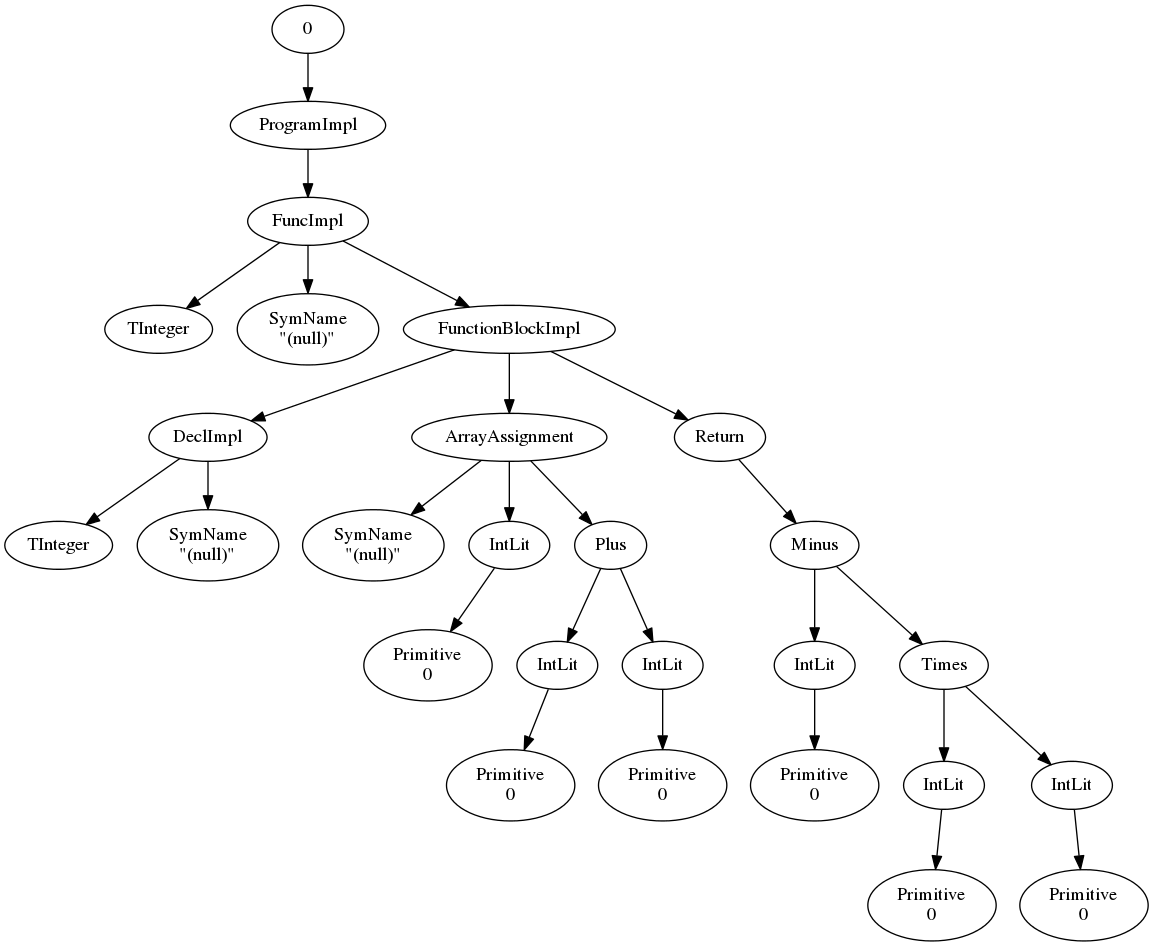
drewtaylors/cs160 keeps this Graphviz diagram as ast/testProgram.png. Above is the earlier version. Its source is kept beside it as ast/testProgram.dot.
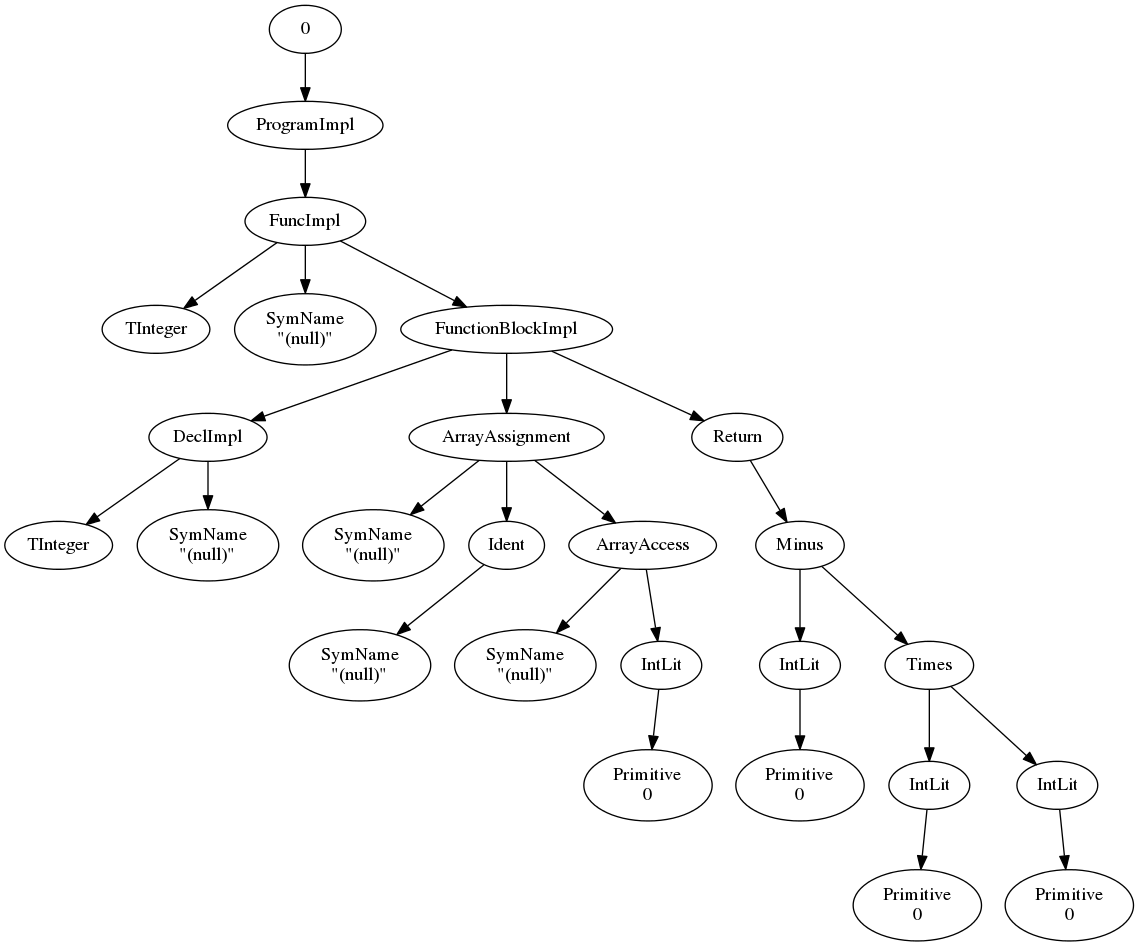
The same diagram one commit later.

What changed in the source:
```diff
@@ -20,35 +20,33 @@
 "9" -> "10"
 "10" [label="SymName\n\"(null)\""]
 "9" -> "11"
-"11" [label="IntLit"]
+"11" [label="Ident"]
 "11" -> "12"
-"12" [label="Primitive\n0"]
+"12" [label="SymName\n\"(null)\""]
 "9" -> "13"
-"13" [label="Plus"]
+"13" [label="ArrayAccess"]
 "13" -> "14"
-"14" [label="IntLit"]
-"14" -> "15"
-"15" [label="Primitive\n0"]
-"13" -> "16"
-"16" [label="IntLit"]
-"16" -> "17"
-"17" [label="Primitive\n0"]
-"5" -> "18"
-"18" [label="Return"]
+"14" [label="SymName\n\"(null)\""]
+"13" -> "15"
+"15" [label="IntLit"]
+"15" -> "16"
+"16" [label="Primitive\n0"]
+"5" -> "17"
+"17" [label="Return"]
+"17" -> "18"
+"18" [label="Minus"]
 "18" -> "19"
-"19" [label="Minus"]
+"19" [label="IntLit"]
 "19" -> "20"
-"20" [label="IntLit"]
-"20" -> "21"
-"21" [label="Primitive\n0"]
-"19" -> "22"
-"22" [label="Times"]
+"20" [label="Primitive\n0"]
+"18" -> "21"
+"21" [label="Times"]
+"21" -> "22"
+"22" [label="IntLit"]
 "22" -> "23"
-"23" [label="IntLit"]
-"23" -> "24"
-"24" [label="Primitive\n0"]
-"22" -> "25"
-"25" [label="IntLit"]
-"25" -> "26"
-"26" [label="Primitive\n0"]
+"23" [label="Primitive\n0"]
+"21" -> "24"
+"24" [label="IntLit"]
+"24" -> "25"
+"25" [label="Primitive\n0"]
 };
```
